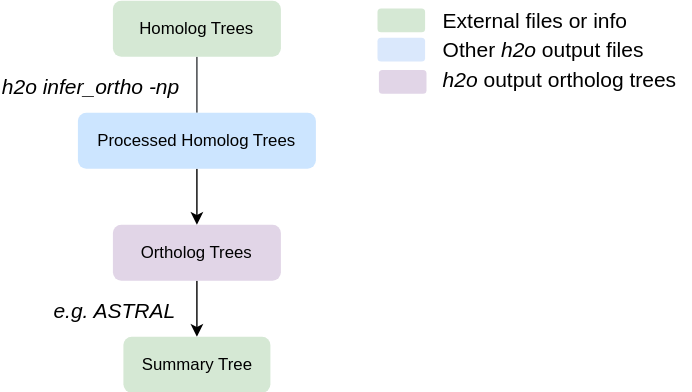
The draw.io diagram tutorials/ortho_workflow.drawio.svg in fkyeeb/H2O, before a commit. Source tidied: cells renumbered, new cells last; positions are measured from the earlier drawing's top-left corner, leaving out a move shared by most shapes. The source it was exported from:
```xml
<mxGraphModel>
  <root>
    <mxCell id="0" />
    <mxCell id="1" parent="0" />
    <mxCell id="2" style="rounded=1;html=1;jettySize=auto;fontSize=11;endArrow=none;endFill=0;strokeWidth=1;shadow=0;labelBackgroundColor=none;edgeStyle=orthogonalEdgeStyle;fillColor=#cce5ff;strokeColor=#36393d;entryX=0.5;entryY=0;entryDx=0;entryDy=0;" parent="1" edge="1" source="4" target="10">
      <mxGeometry relative="1" as="geometry" />
    </mxCell>
    <mxCell id="3" value="&lt;font style=&quot;font-size: 15px;&quot;&gt;&lt;i&gt;h2o infer_ortho -np&lt;/i&gt;&lt;/font&gt;" style="edgeLabel;html=1;align=center;verticalAlign=middle;" parent="2" vertex="1">
      <mxGeometry y="-1" relative="1" as="geometry">
        <mxPoint x="-76" as="offset" />
      </mxGeometry>
    </mxCell>
    <mxCell id="4" value="Homolog Trees" style="rounded=1;whiteSpace=wrap;html=1;fontSize=12;glass=0;strokeWidth=1;shadow=0;fillColor=#d5e8d4;strokeColor=none;" parent="1" vertex="1">
      <mxGeometry x="25" width="120" height="40" as="geometry" />
    </mxCell>
    <mxCell id="5" style="edgeStyle=none;html=1;exitX=0.5;exitY=1;exitDx=0;exitDy=0;entryX=0.5;entryY=0;entryDx=0;entryDy=0;" parent="1" edge="1" source="7" target="8">
      <mxGeometry relative="1" as="geometry" />
    </mxCell>
    <mxCell id="6" value="&lt;i&gt;&lt;font style=&quot;font-size: 15px;&quot;&gt;e.g. ASTRAL&lt;/font&gt;&lt;/i&gt;" style="edgeLabel;html=1;align=center;verticalAlign=middle;" parent="5" vertex="1">
      <mxGeometry x="-0.2" y="1" relative="1" as="geometry">
        <mxPoint x="-61" y="4" as="offset" />
      </mxGeometry>
    </mxCell>
    <mxCell id="7" value="Ortholog Trees" style="rounded=1;whiteSpace=wrap;html=1;fontSize=12;glass=0;strokeWidth=1;shadow=0;fillColor=#e1d5e7;strokeColor=none;" parent="1" vertex="1">
      <mxGeometry x="25" y="160" width="120" height="40" as="geometry" />
    </mxCell>
    <mxCell id="8" value="Summary Tree" style="rounded=1;whiteSpace=wrap;html=1;fontSize=12;glass=0;strokeWidth=1;shadow=0;fillColor=#d5e8d4;strokeColor=none;" parent="1" vertex="1">
      <mxGeometry x="32.5" y="240" width="105" height="40" as="geometry" />
    </mxCell>
    <mxCell id="9" style="edgeStyle=none;html=1;exitX=0.5;exitY=1;exitDx=0;exitDy=0;entryX=0.5;entryY=0;entryDx=0;entryDy=0;" parent="1" edge="1" source="10" target="7">
      <mxGeometry relative="1" as="geometry" />
    </mxCell>
    <mxCell id="10" value="Processed Homolog Trees" style="rounded=1;whiteSpace=wrap;html=1;fontSize=12;glass=0;strokeWidth=1;shadow=0;fillColor=#cce5ff;strokeColor=none;" parent="1" vertex="1">
      <mxGeometry y="80" width="170" height="40" as="geometry" />
    </mxCell>
    <mxCell id="11" value="&lt;div style=&quot;line-height: 140%;&quot;&gt;&lt;font style=&quot;font-size: 15px; line-height: 140%;&quot;&gt;External files or info&amp;nbsp;&lt;/font&gt;&lt;/div&gt;&lt;div style=&quot;line-height: 140%;&quot;&gt;&lt;font style=&quot;font-size: 15px; line-height: 140%;&quot;&gt;Other &lt;i&gt;h2o&lt;/i&gt; output files&amp;nbsp;&lt;/font&gt;&lt;/div&gt;&lt;div style=&quot;line-height: 140%;&quot;&gt;&lt;font style=&quot;font-size: 15px; line-height: 140%;&quot;&gt;&lt;i&gt;h2o&lt;/i&gt; output ortholog trees&lt;/font&gt;&lt;/div&gt;" style="text;html=1;align=left;verticalAlign=middle;whiteSpace=wrap;rounded=0;" parent="1" vertex="1">
      <mxGeometry x="259" width="180" height="70" as="geometry" />
    </mxCell>
    <mxCell id="12" style="rounded=1;whiteSpace=wrap;html=1;fontSize=12;glass=0;strokeWidth=1;shadow=0;fillColor=#d5e8d4;strokeColor=none;" parent="1" vertex="1">
      <mxGeometry x="214" y="5.5" width="34" height="17" as="geometry" />
    </mxCell>
    <mxCell id="13" style="rounded=1;whiteSpace=wrap;html=1;fontSize=12;glass=0;strokeWidth=1;shadow=0;fillColor=#dae8fc;strokeColor=none;" parent="1" vertex="1">
      <mxGeometry x="214" y="26.5" width="34" height="17" as="geometry" />
    </mxCell>
    <mxCell id="14" style="rounded=1;whiteSpace=wrap;html=1;fontSize=12;glass=0;strokeWidth=1;shadow=0;fillColor=#e1d5e7;strokeColor=none;" parent="1" vertex="1">
      <mxGeometry x="215" y="49.5" width="34" height="17" as="geometry" />
    </mxCell>
  </root>
</mxGraphModel>
```
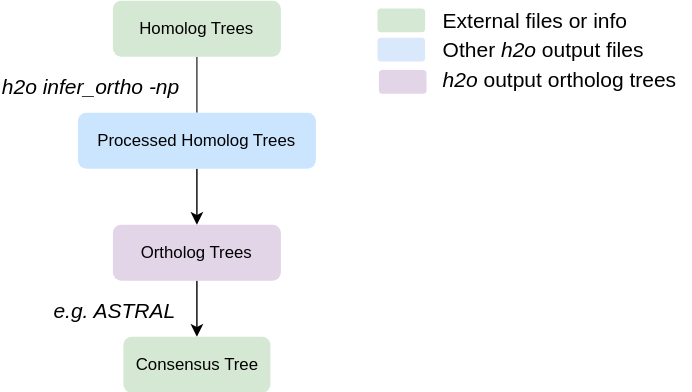
After the change.

Diff of the diagram source:
```diff
@@ -24,7 +24,7 @@
     <mxCell id="7" value="Ortholog Trees" style="rounded=1;whiteSpace=wrap;html=1;fontSize=12;glass=0;strokeWidth=1;shadow=0;fillColor=#e1d5e7;strokeColor=none;" parent="1" vertex="1">
       <mxGeometry x="25" y="160" width="120" height="40" as="geometry" />
     </mxCell>
-    <mxCell id="8" value="Summary Tree" style="rounded=1;whiteSpace=wrap;html=1;fontSize=12;glass=0;strokeWidth=1;shadow=0;fillColor=#d5e8d4;strokeColor=none;" parent="1" vertex="1">
+    <mxCell id="8" value="&lt;span style=&quot;color: rgb(0, 0, 0);&quot;&gt;Consensus&lt;/span&gt;&amp;nbsp;Tree" style="rounded=1;whiteSpace=wrap;html=1;fontSize=12;glass=0;strokeWidth=1;shadow=0;fillColor=#d5e8d4;strokeColor=none;" parent="1" vertex="1">
       <mxGeometry x="32.5" y="240" width="105" height="40" as="geometry" />
     </mxCell>
     <mxCell id="9" style="edgeStyle=none;html=1;exitX=0.5;exitY=1;exitDx=0;exitDy=0;entryX=0.5;entryY=0;entryDx=0;entryDy=0;" parent="1" edge="1" source="10" target="7">
```
